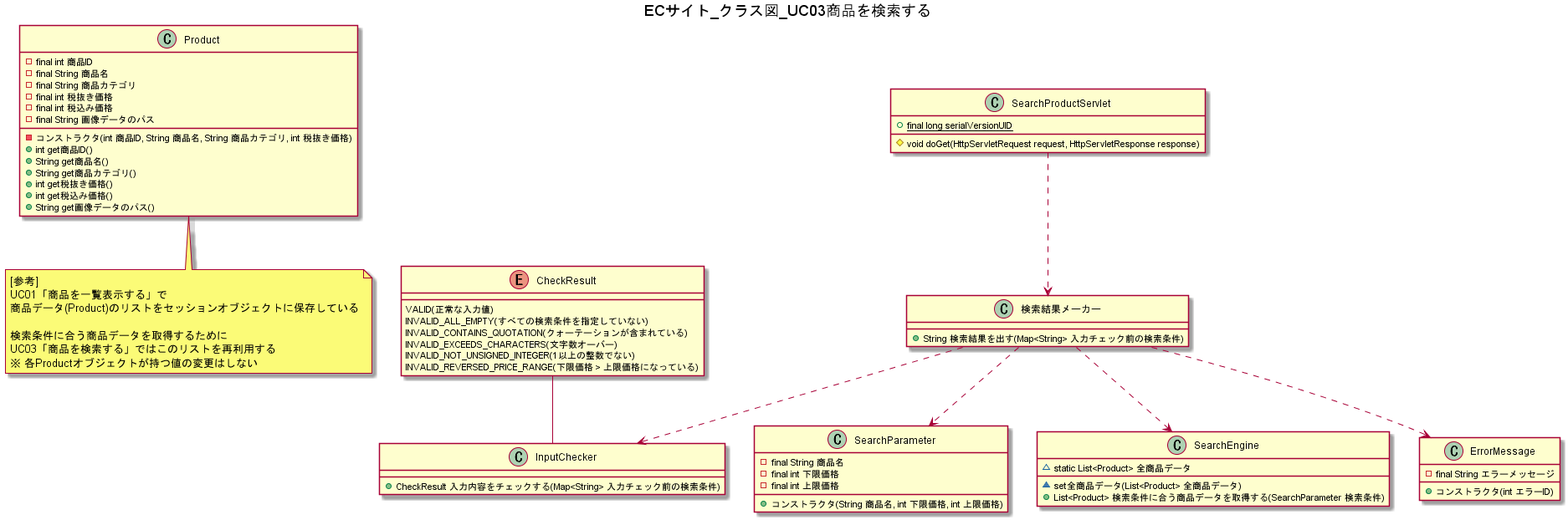
wnakayama/ojt_ecsite keeps this PlantUML diagram as UML/ECサイト_クラス図_UC03商品を検索する.png. Above is the earlier version.
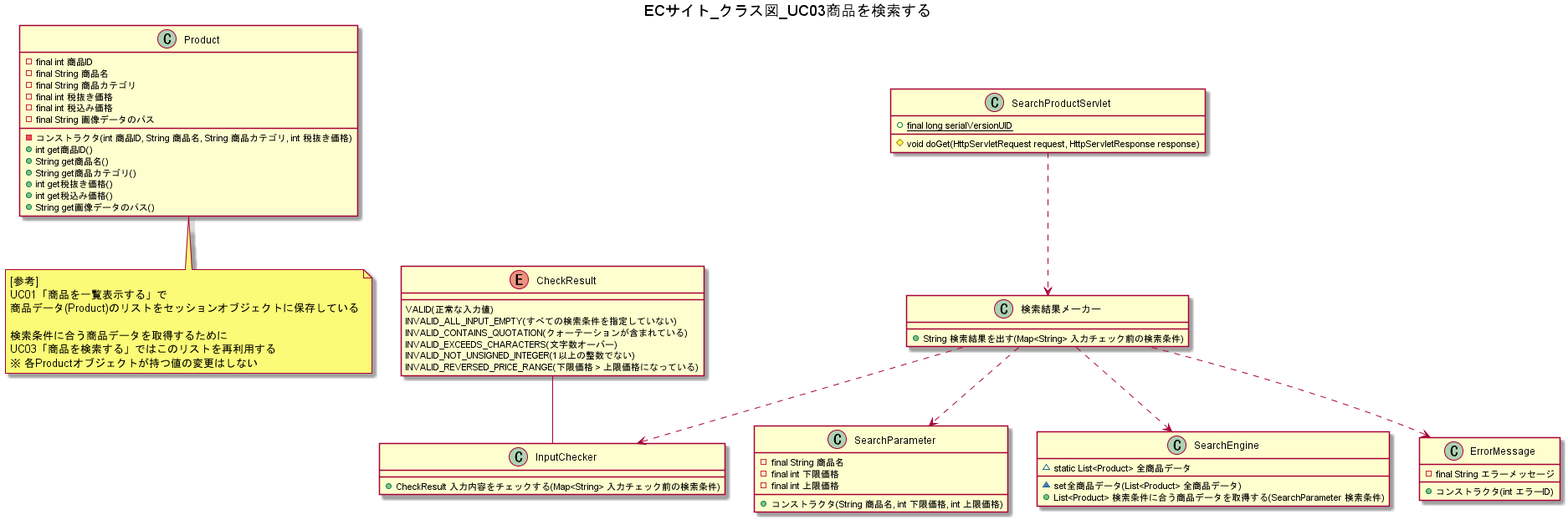
Above is the later version.

Diff of the diagram source:
```diff
@@ -40,7 +40,7 @@
 CheckResult -- InputChecker
 enum CheckResult {
     VALID(正常な入力値)
-    INVALID_ALL_EMPTY(すべての検索条件を指定していない)
+    INVALID_ALL_INPUT_EMPTY(すべての検索条件を指定していない)
     INVALID_CONTAINS_QUOTATION(クォーテーションが含まれている)
     INVALID_EXCEEDS_CHARACTERS(文字数オーバー)
     INVALID_NOT_UNSIGNED_INTEGER(1以上の整数でない)
```
